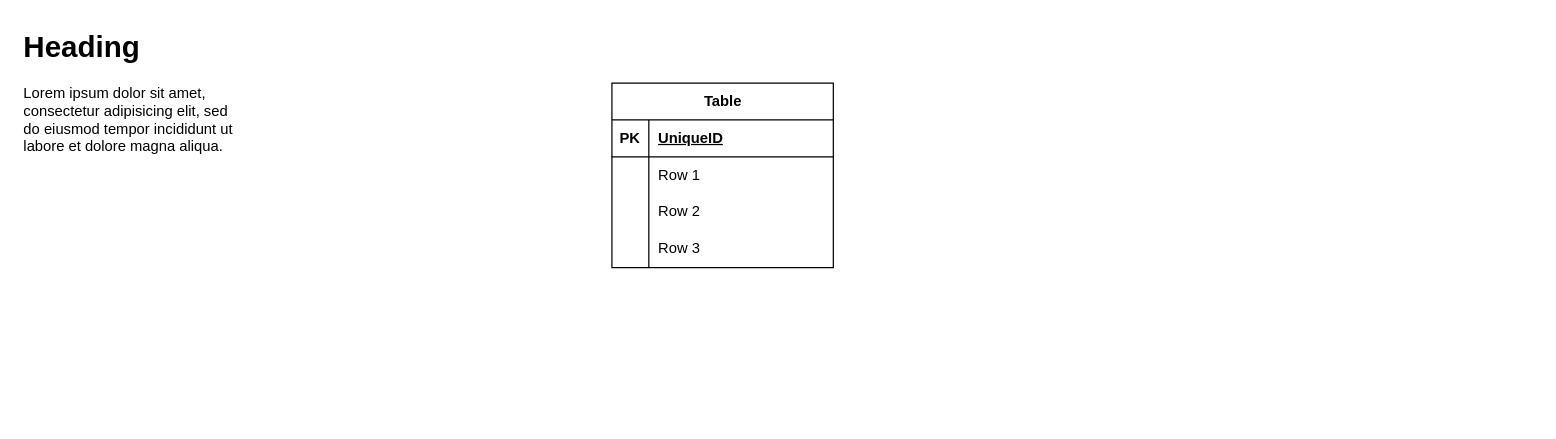
jorge-ruizf/jshop keeps this draw.io diagram as e-shop cuentas & videojuegos.drawio. Above is the earlier version. Source tidied: cells renumbered, new cells numbered last; positions are measured from the earlier drawing's top-left corner, leaving out a move shared by most shapes. Both pictures are drawn from the tidied source at 123%, with x=0, y=0 at pixel (21, 21).
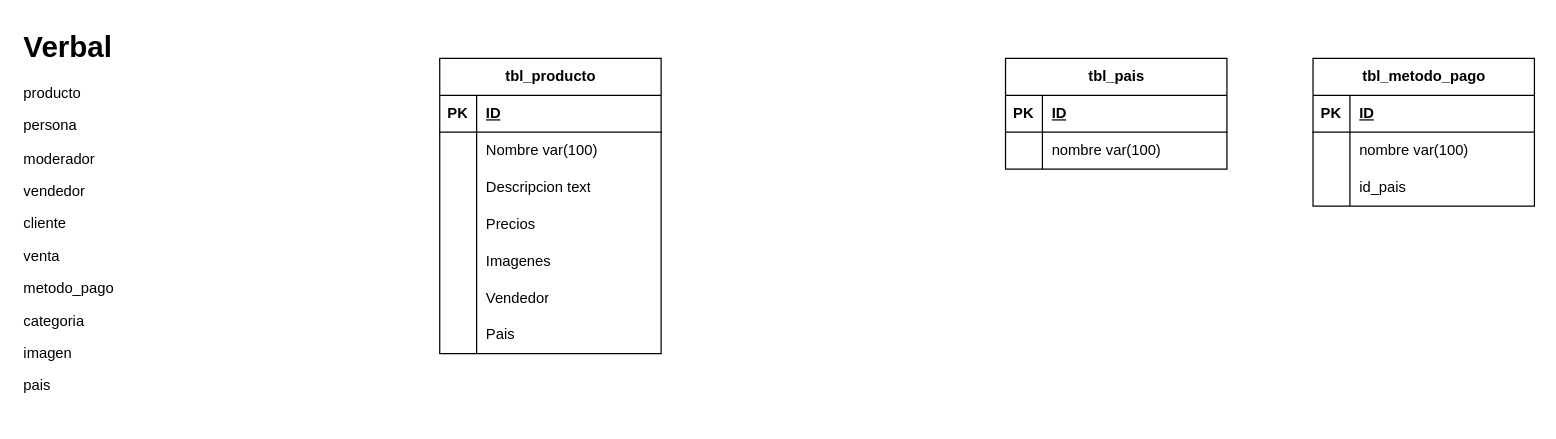
After the change.

The change refers to these unchanged cells:
```xml
<mxCell id="3" style="shape=tableRow;horizontal=0;startSize=0;swimlaneHead=0;swimlaneBody=0;fillColor=none;top=0;left=0;right=0;bottom=1;" parent="2" vertex="1">
  <mxGeometry y="30" width="180" height="30" as="geometry" />
</mxCell>
<mxCell id="6" style="shape=tableRow;horizontal=0;startSize=0;swimlaneHead=0;swimlaneBody=0;fillColor=none;top=0;left=0;right=0;bottom=0;" parent="2" vertex="1">
  <mxGeometry y="60" width="180" height="30" as="geometry" />
</mxCell>
<mxCell id="9" style="shape=tableRow;horizontal=0;startSize=0;swimlaneHead=0;swimlaneBody=0;fillColor=none;top=0;left=0;right=0;bottom=0;" parent="2" vertex="1">
  <mxGeometry y="90" width="180" height="30" as="geometry" />
</mxCell>
<mxCell id="12" style="shape=tableRow;horizontal=0;startSize=0;swimlaneHead=0;swimlaneBody=0;fillColor=none;top=0;left=0;right=0;bottom=0;" parent="2" vertex="1">
  <mxGeometry y="120" width="180" height="30" as="geometry" />
</mxCell>
```

The edit, as a diff of the source:
```diff
@@
-    <mxCell id="2" value="Table" style="shape=table;startSize=30;childLayout=tableLayout;rowLines=0;fontStyle=1;align=center;html=1;" parent="1" vertex="1">
-      <mxGeometry x="480" y="50" width="180" height="150" as="geometry" />
+    <mxCell id="2" value="tbl_producto" style="shape=table;startSize=30;childLayout=tableLayout;rowLines=0;fontStyle=1;align=center;html=1;" parent="1" vertex="1">
+      <mxGeometry x="340" y="30" width="180" height="240" as="geometry" />
     </mxCell>
@@
-    <mxCell id="5" value="UniqueID" style="shape=partialRectangle;fillColor=none;top=0;left=0;bottom=0;right=0;align=left;spacingLeft=6;fontStyle=5;overflow=hidden;whiteSpace=wrap;html=1;" parent="3" vertex="1">
+    <mxCell id="5" value="ID" style="shape=partialRectangle;fillColor=none;top=0;left=0;bottom=0;right=0;align=left;spacingLeft=6;fontStyle=5;overflow=hidden;whiteSpace=wrap;html=1;" parent="3" vertex="1">
       <mxGeometry x="30" width="150" height="30" as="geometry" />
     </mxCell>
@@
-    <mxCell id="8" value="Row 1" style="shape=partialRectangle;fillColor=none;top=0;left=0;bottom=0;right=0;align=left;spacingLeft=6;overflow=hidden;whiteSpace=wrap;html=1;" parent="6" vertex="1">
+    <mxCell id="8" value="Nombre var(100)" style="shape=partialRectangle;fillColor=none;top=0;left=0;bottom=0;right=0;align=left;spacingLeft=6;overflow=hidden;whiteSpace=wrap;html=1;" parent="6" vertex="1">
       <mxGeometry x="30" width="150" height="30" as="geometry" />
     </mxCell>
@@
-    <mxCell id="11" value="Row 2" style="shape=partialRectangle;fillColor=none;top=0;left=0;bottom=0;right=0;align=left;spacingLeft=6;overflow=hidden;whiteSpace=wrap;html=1;" parent="9" vertex="1">
+    <mxCell id="11" value="Descripcion text" style="shape=partialRectangle;fillColor=none;top=0;left=0;bottom=0;right=0;align=left;spacingLeft=6;overflow=hidden;whiteSpace=wrap;html=1;" parent="9" vertex="1">
       <mxGeometry x="30" width="150" height="30" as="geometry" />
     </mxCell>
@@
-    <mxCell id="14" value="Row 3" style="shape=partialRectangle;fillColor=none;top=0;left=0;bottom=0;right=0;align=left;spacingLeft=6;overflow=hidden;whiteSpace=wrap;html=1;" parent="12" vertex="1">
+    <mxCell id="14" value="Precios" style="shape=partialRectangle;fillColor=none;top=0;left=0;bottom=0;right=0;align=left;spacingLeft=6;overflow=hidden;whiteSpace=wrap;html=1;" parent="12" vertex="1">
       <mxGeometry x="30" width="150" height="30" as="geometry" />
     </mxCell>
+    <mxCell id="16" style="shape=tableRow;horizontal=0;startSize=0;swimlaneHead=0;swimlaneBody=0;fillColor=none;top=0;left=0;right=0;bottom=0;" parent="2" vertex="1">
+      <mxGeometry y="150" width="180" height="30" as="geometry" />
+    </mxCell>
+    <mxCell id="17" style="shape=partialRectangle;fillColor=none;top=0;left=0;bottom=0;right=0;overflow=hidden;whiteSpace=wrap;html=1;" parent="16" vertex="1">
+      <mxGeometry width="30" height="30" as="geometry" />
+    </mxCell>
+    <mxCell id="18" value="Imagenes" style="shape=partialRectangle;fillColor=none;top=0;left=0;bottom=0;right=0;align=left;spacingLeft=6;overflow=hidden;whiteSpace=wrap;html=1;" parent="16" vertex="1">
+      <mxGeometry x="30" width="150" height="30" as="geometry" />
+    </mxCell>
+    <mxCell id="19" style="shape=tableRow;horizontal=0;startSize=0;swimlaneHead=0;swimlaneBody=0;fillColor=none;top=0;left=0;right=0;bottom=0;" parent="2" vertex="1">
+      <mxGeometry y="180" width="180" height="30" as="geometry" />
+    </mxCell>
+    <mxCell id="20" style="shape=partialRectangle;fillColor=none;top=0;left=0;bottom=0;right=0;overflow=hidden;whiteSpace=wrap;html=1;" parent="19" vertex="1">
+      <mxGeometry width="30" height="30" as="geometry" />
+    </mxCell>
+    <mxCell id="21" value="Vendedor" style="shape=partialRectangle;fillColor=none;top=0;left=0;bottom=0;right=0;align=left;spacingLeft=6;overflow=hidden;whiteSpace=wrap;html=1;" parent="19" vertex="1">
+      <mxGeometry x="30" width="150" height="30" as="geometry" />
+    </mxCell>
+    <mxCell id="22" style="shape=tableRow;horizontal=0;startSize=0;swimlaneHead=0;swimlaneBody=0;fillColor=none;top=0;left=0;right=0;bottom=0;" parent="2" vertex="1">
+      <mxGeometry y="210" width="180" height="30" as="geometry" />
+    </mxCell>
+    <mxCell id="23" style="shape=partialRectangle;fillColor=none;top=0;left=0;bottom=0;right=0;overflow=hidden;whiteSpace=wrap;html=1;" parent="22" vertex="1">
+      <mxGeometry width="30" height="30" as="geometry" />
+    </mxCell>
+    <mxCell id="24" value="Pais" style="shape=partialRectangle;fillColor=none;top=0;left=0;bottom=0;right=0;align=left;spacingLeft=6;overflow=hidden;whiteSpace=wrap;html=1;" parent="22" vertex="1">
+      <mxGeometry x="30" width="150" height="30" as="geometry" />
+    </mxCell>
-    <mxCell id="15" value="&lt;h1 style=&quot;margin-top: 0px;&quot;&gt;Heading&lt;/h1&gt;&lt;p&gt;Lorem ipsum dolor sit amet, consectetur adipisicing elit, sed do eiusmod tempor incididunt ut labore et dolore magna aliqua.&lt;/p&gt;" style="text;html=1;whiteSpace=wrap;overflow=hidden;rounded=0;" parent="1" vertex="1">
-      <mxGeometry width="180" height="120" as="geometry" />
+    <mxCell id="15" value="&lt;h1 style=&quot;margin-top: 0px;&quot;&gt;Verbal&lt;/h1&gt;&lt;p&gt;producto&lt;/p&gt;&lt;p&gt;persona&lt;/p&gt;&lt;p&gt;moderador&lt;/p&gt;&lt;p&gt;vendedor&lt;/p&gt;&lt;p&gt;cliente&lt;/p&gt;&lt;p&gt;venta&lt;/p&gt;&lt;p&gt;metodo_pago&lt;/p&gt;&lt;p&gt;categoria&lt;/p&gt;&lt;p&gt;imagen&lt;/p&gt;&lt;p&gt;pais&lt;/p&gt;&lt;p&gt;&lt;br&gt;&lt;/p&gt;" style="text;html=1;whiteSpace=wrap;overflow=hidden;rounded=0;" parent="1" vertex="1">
+      <mxGeometry width="180" height="320" as="geometry" />
     </mxCell>
+    <mxCell id="25" value="tbl_pais" style="shape=table;startSize=30;childLayout=tableLayout;rowLines=0;fontStyle=1;align=center;html=1;" parent="1" vertex="1">
+      <mxGeometry x="800" y="30" width="180" height="90" as="geometry" />
+    </mxCell>
+    <mxCell id="26" style="shape=tableRow;horizontal=0;startSize=0;swimlaneHead=0;swimlaneBody=0;fillColor=none;top=0;left=0;right=0;bottom=1;" parent="25" vertex="1">
+      <mxGeometry y="30" width="180" height="30" as="geometry" />
+    </mxCell>
+    <mxCell id="27" value="PK" style="shape=partialRectangle;fillColor=none;top=0;left=0;bottom=0;right=0;fontStyle=1;overflow=hidden;whiteSpace=wrap;html=1;" parent="26" vertex="1">
+      <mxGeometry width="30" height="30" as="geometry" />
+    </mxCell>
+    <mxCell id="28" value="ID" style="shape=partialRectangle;fillColor=none;top=0;left=0;bottom=0;right=0;align=left;spacingLeft=6;fontStyle=5;overflow=hidden;whiteSpace=wrap;html=1;" parent="26" vertex="1">
+      <mxGeometry x="30" width="150" height="30" as="geometry" />
+    </mxCell>
+    <mxCell id="29" style="shape=tableRow;horizontal=0;startSize=0;swimlaneHead=0;swimlaneBody=0;fillColor=none;top=0;left=0;right=0;bottom=0;" parent="25" vertex="1">
+      <mxGeometry y="60" width="180" height="30" as="geometry" />
+    </mxCell>
+    <mxCell id="30" style="shape=partialRectangle;fillColor=none;top=0;left=0;bottom=0;right=0;overflow=hidden;whiteSpace=wrap;html=1;" parent="29" vertex="1">
+      <mxGeometry width="30" height="30" as="geometry" />
+    </mxCell>
+    <mxCell id="31" value="nombre var(100)" style="shape=partialRectangle;fillColor=none;top=0;left=0;bottom=0;right=0;align=left;spacingLeft=6;overflow=hidden;whiteSpace=wrap;html=1;" parent="29" vertex="1">
+      <mxGeometry x="30" width="150" height="30" as="geometry" />
+    </mxCell>
+    <mxCell id="32" value="tbl_metodo_pago" style="shape=table;startSize=30;childLayout=tableLayout;rowLines=0;fontStyle=1;align=center;html=1;" parent="1" vertex="1">
+      <mxGeometry x="1050" y="30" width="180" height="120" as="geometry" />
+    </mxCell>
+    <mxCell id="33" style="shape=tableRow;horizontal=0;startSize=0;swimlaneHead=0;swimlaneBody=0;fillColor=none;top=0;left=0;right=0;bottom=1;" parent="32" vertex="1">
+      <mxGeometry y="30" width="180" height="30" as="geometry" />
+    </mxCell>
+    <mxCell id="34" value="PK" style="shape=partialRectangle;fillColor=none;top=0;left=0;bottom=0;right=0;fontStyle=1;overflow=hidden;whiteSpace=wrap;html=1;" parent="33" vertex="1">
+      <mxGeometry width="30" height="30" as="geometry" />
+    </mxCell>
+    <mxCell id="35" value="ID" style="shape=partialRectangle;fillColor=none;top=0;left=0;bottom=0;right=0;align=left;spacingLeft=6;fontStyle=5;overflow=hidden;whiteSpace=wrap;html=1;" parent="33" vertex="1">
+      <mxGeometry x="30" width="150" height="30" as="geometry" />
+    </mxCell>
+    <mxCell id="36" style="shape=tableRow;horizontal=0;startSize=0;swimlaneHead=0;swimlaneBody=0;fillColor=none;top=0;left=0;right=0;bottom=0;" parent="32" vertex="1">
+      <mxGeometry y="60" width="180" height="30" as="geometry" />
+    </mxCell>
+    <mxCell id="37" style="shape=partialRectangle;fillColor=none;top=0;left=0;bottom=0;right=0;overflow=hidden;whiteSpace=wrap;html=1;" parent="36" vertex="1">
+      <mxGeometry width="30" height="30" as="geometry" />
+    </mxCell>
+    <mxCell id="38" value="nombre var(100)" style="shape=partialRectangle;fillColor=none;top=0;left=0;bottom=0;right=0;align=left;spacingLeft=6;overflow=hidden;whiteSpace=wrap;html=1;" parent="36" vertex="1">
+      <mxGeometry x="30" width="150" height="30" as="geometry" />
+    </mxCell>
+    <mxCell id="39" style="shape=tableRow;horizontal=0;startSize=0;swimlaneHead=0;swimlaneBody=0;fillColor=none;top=0;left=0;right=0;bottom=0;" parent="32" vertex="1">
+      <mxGeometry y="90" width="180" height="30" as="geometry" />
+    </mxCell>
+    <mxCell id="40" style="shape=partialRectangle;fillColor=none;top=0;left=0;bottom=0;right=0;overflow=hidden;whiteSpace=wrap;html=1;" parent="39" vertex="1">
+      <mxGeometry width="30" height="30" as="geometry" />
+    </mxCell>
+    <mxCell id="41" value="id_pais" style="shape=partialRectangle;fillColor=none;top=0;left=0;bottom=0;right=0;align=left;spacingLeft=6;overflow=hidden;whiteSpace=wrap;html=1;" parent="39" vertex="1">
+      <mxGeometry x="30" width="150" height="30" as="geometry" />
+    </mxCell>
```
